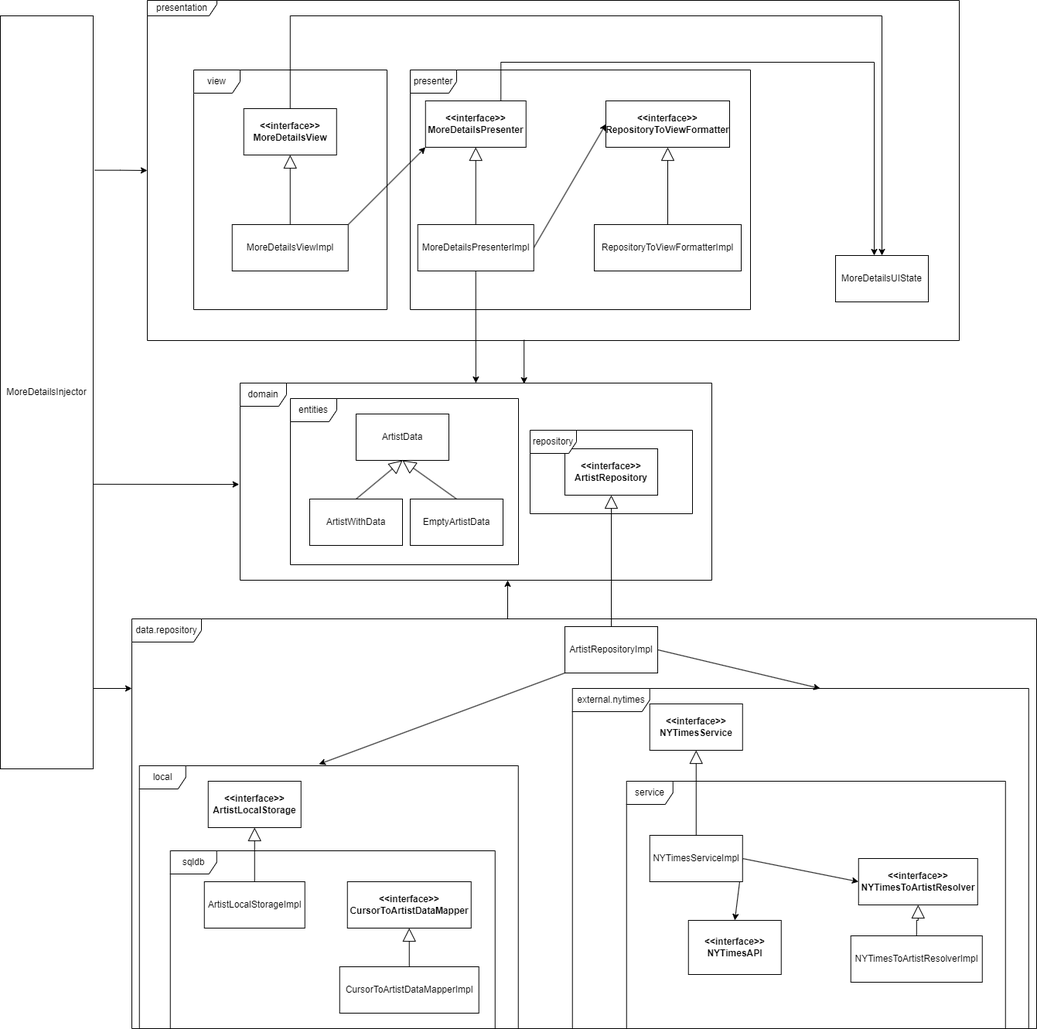
This is docs/Diagrama entrega 3.png from elagarrigue/AyDS23-NewYork2, a draw.io export, as it was before one commit. Source tidied: cells renumbered, new cells last; positions are measured from the earlier drawing's top-left corner, leaving out a move shared by most shapes.
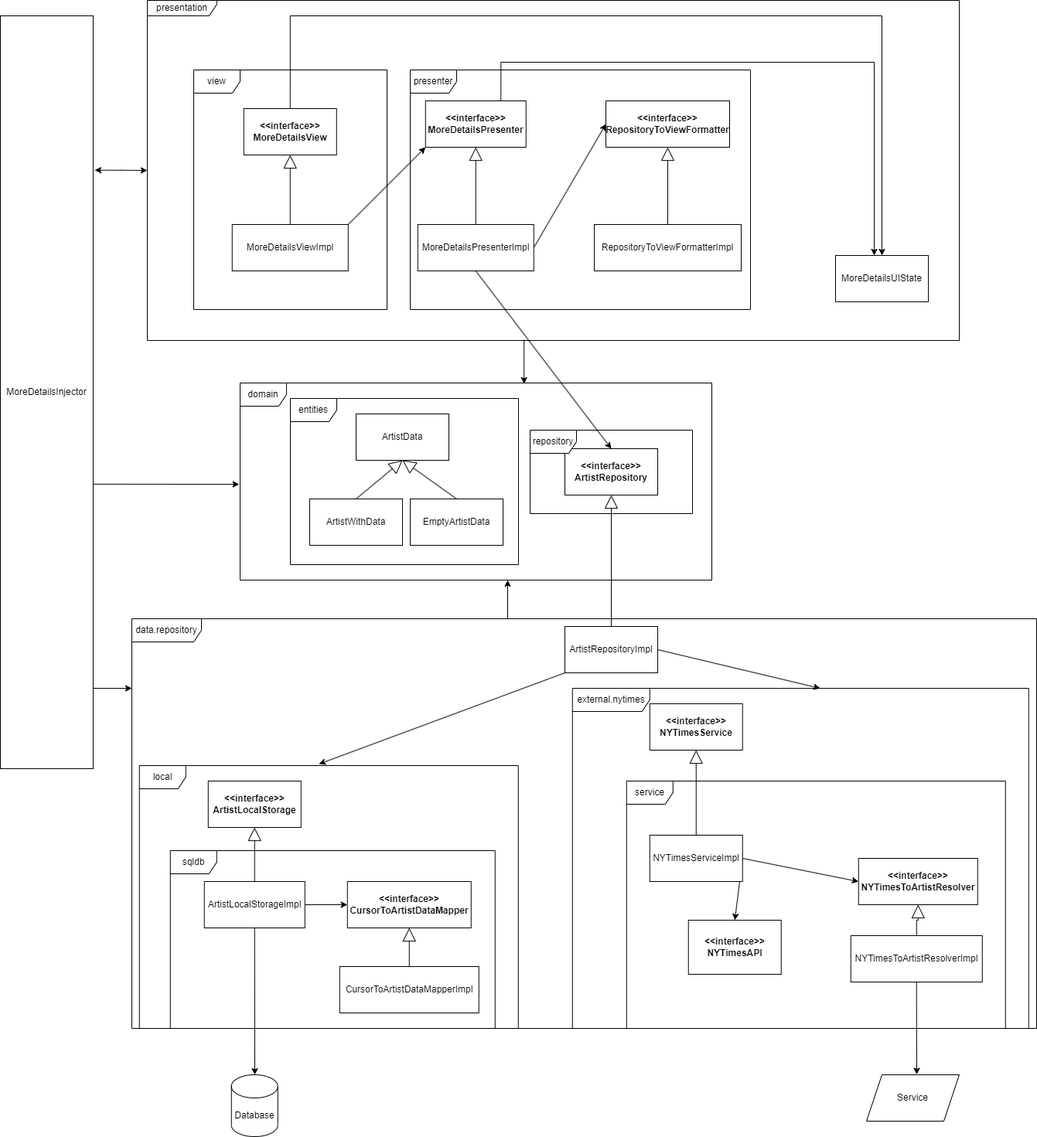
Later version of the same file.

Change to the diagram source:
```diff
@@ -39,6 +39,9 @@
     <mxCell id="12" style="edgeStyle=orthogonalEdgeStyle;rounded=0;jettySize=auto;html=1;endArrow=block;endFill=0;startSize=6;endSize=15;" parent="1" edge="1" source="13" target="11">
       <mxGeometry relative="1" as="geometry" />
     </mxCell>
+    <mxCell id="59" style="edgeStyle=orthogonalEdgeStyle;rounded=0;jettySize=auto;html=1;exitX=1;exitY=0.5;exitDx=0;exitDy=0;entryX=0;entryY=0.5;entryDx=0;entryDy=0;" parent="1" edge="1" source="13" target="14">
+      <mxGeometry relative="1" as="geometry" />
+    </mxCell>
     <mxCell id="13" value="ArtistLocalStorageImpl" style="rounded=0;whiteSpace=wrap;html=1;" parent="1" vertex="1">
       <mxGeometry x="263.8" y="1140" width="130" height="60" as="geometry" />
     </mxCell>
@@ -77,6 +80,9 @@
     <mxCell id="24" style="edgeStyle=orthogonalEdgeStyle;rounded=0;jettySize=auto;html=1;endArrow=block;endFill=0;startSize=6;endSize=15;" parent="1" edge="1" source="25" target="23">
       <mxGeometry relative="1" as="geometry" />
     </mxCell>
+    <mxCell id="60" style="edgeStyle=orthogonalEdgeStyle;rounded=0;jettySize=auto;html=1;exitX=0.5;exitY=1;exitDx=0;exitDy=0;entryX=0.542;entryY=-0.007;entryDx=0;entryDy=0;entryPerimeter=0;" parent="1" edge="1" source="25" target="62">
+      <mxGeometry relative="1" as="geometry" />
+    </mxCell>
     <mxCell id="25" value="NYTimesToArtistResolverImpl" style="rounded=0;whiteSpace=wrap;html=1;gradientColor=none;glass=0;fontStyle=0;" parent="1" vertex="1">
       <mxGeometry x="1099.8" y="1210" width="170" height="60" as="geometry" />
     </mxCell>
@@ -116,7 +122,7 @@
     <mxCell id="33" style="edgeStyle=orthogonalEdgeStyle;rounded=0;jettySize=auto;html=1;endArrow=block;endFill=0;endSize=15;" parent="1" edge="1" source="36" target="30">
       <mxGeometry relative="1" as="geometry" />
     </mxCell>
-    <mxCell id="34" style="rounded=0;jettySize=auto;html=1;exitX=0.5;exitY=1;exitDx=0;exitDy=0;" parent="1" edge="1" source="36" target="51">
+    <mxCell id="34" style="rounded=0;jettySize=auto;html=1;exitX=0.5;exitY=1;exitDx=0;exitDy=0;entryX=0.5;entryY=0;entryDx=0;entryDy=0;" parent="1" edge="1" source="36" target="7">
       <mxGeometry relative="1" as="geometry" />
     </mxCell>
     <mxCell id="35" style="rounded=0;jettySize=auto;html=1;exitX=1;exitY=0.5;exitDx=0;exitDy=0;entryX=0;entryY=0.5;entryDx=0;entryDy=0;" parent="1" edge="1" source="36" target="43">
@@ -176,7 +182,7 @@
     <mxCell id="53" value="presenter" style="shape=umlFrame;whiteSpace=wrap;html=1;" parent="1" vertex="1">
       <mxGeometry x="530" y="90" width="440" height="310" as="geometry" />
     </mxCell>
-    <mxCell id="54" style="edgeStyle=orthogonalEdgeStyle;rounded=0;jettySize=auto;html=1;exitX=1.017;exitY=0.205;exitDx=0;exitDy=0;exitPerimeter=0;" parent="1" edge="1" source="28" target="55">
+    <mxCell id="54" style="edgeStyle=orthogonalEdgeStyle;rounded=0;jettySize=auto;html=1;exitX=1.017;exitY=0.205;exitDx=0;exitDy=0;exitPerimeter=0;startArrow=classic;startFill=1;" parent="1" edge="1" source="28" target="55">
       <mxGeometry relative="1" as="geometry" />
     </mxCell>
     <mxCell id="55" value="presentation" style="shape=umlFrame;whiteSpace=wrap;html=1;width=90;height=20;" parent="1" vertex="1">
@@ -197,5 +203,16 @@
         <mxPoint x="170" y="890" as="targetPoint" />
       </mxGeometry>
     </mxCell>
+    <mxCell id="61" value="Database" style="shape=cylinder3;whiteSpace=wrap;html=1;boundedLbl=1;backgroundOutline=1;size=15;" parent="1" vertex="1">
+      <mxGeometry x="298.8" y="1390" width="60" height="80" as="geometry" />
+    </mxCell>
+    <mxCell id="62" value="Service" style="shape=parallelogram;perimeter=parallelogramPerimeter;whiteSpace=wrap;html=1;fixedSize=1;" parent="1" vertex="1">
+      <mxGeometry x="1120" y="1390" width="120" height="60" as="geometry" />
+    </mxCell>
+    <mxCell id="63" style="endArrow=classic;html=1;rounded=0;exitX=0.5;exitY=1;exitDx=0;exitDy=0;" parent="1" edge="1" source="13">
+      <mxGeometry relative="1" as="geometry">
+        <mxPoint x="329" y="1390" as="targetPoint" />
+      </mxGeometry>
+    </mxCell>
   </root>
 </mxGraphModel>
```
